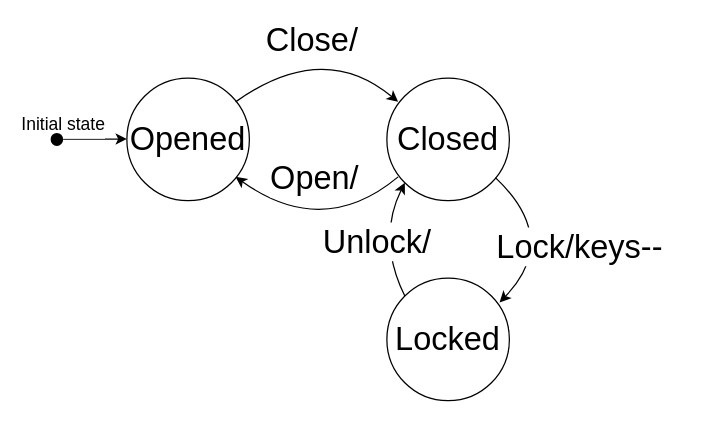
Above: Door_state_machine.drawio in PashaJ23/sandbox-area (draw.io), before the change. Source tidied: cells renumbered, new cells numbered last; positions are measured from the earlier drawing's top-left corner, leaving out a move shared by most shapes. Both pictures are drawn from the tidied source at 125%, with x=0, y=0 at pixel (51, 39).
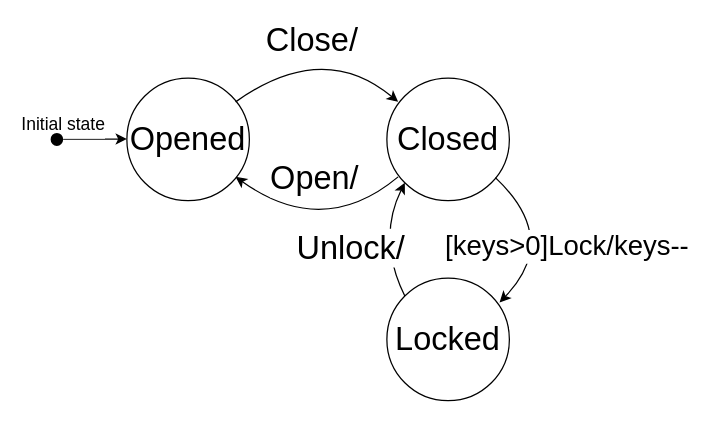
The same page after the edit.

The change refers to these unchanged cells:
```xml
<mxCell id="6" style="endArrow=classic;html=1;entryX=0;entryY=1;entryDx=0;entryDy=0;curved=1;exitX=0;exitY=0;exitDx=0;exitDy=0;" parent="1" edge="1" source="14" target="13">
  <mxGeometry relative="1" as="geometry">
    <Array as="points">
      <mxPoint x="260" y="160" />
    </Array>
  </mxGeometry>
</mxCell>
<mxCell id="8" style="endArrow=classic;html=1;exitX=0.886;exitY=0.812;exitDx=0;exitDy=0;entryX=0.92;entryY=0.198;entryDx=0;entryDy=0;curved=1;entryPerimeter=0;exitPerimeter=0;" parent="1" edge="1" source="13" target="14">
  <mxGeometry relative="1" as="geometry">
    <Array as="points">
      <mxPoint x="407" y="160" />
    </Array>
  </mxGeometry>
</mxCell>
```

What changed in the source:
```diff
@@
     <mxCell id="7" value="&lt;font style=&quot;font-size: 26px&quot;&gt;Unlock/&lt;/font&gt;" style="edgeLabel;html=1;align=center;verticalAlign=middle;" parent="6" vertex="1">
       <mxGeometry x="-0.13" y="-9" relative="1" as="geometry">
-        <mxPoint x="-11.9" as="offset" />
+        <mxPoint x="-32" y="4.1" as="offset" />
       </mxGeometry>
     </mxCell>
@@
-    <mxCell id="9" value="&lt;font style=&quot;font-size: 26px&quot;&gt;Lock/keys--&lt;/font&gt;" style="edgeLabel;html=1;align=center;verticalAlign=middle;" parent="8" vertex="1">
+    <mxCell id="9" value="&lt;font style=&quot;font-size: 22px&quot;&gt;[keys&amp;gt;0]Lock/keys--&lt;/font&gt;" style="edgeLabel;html=1;align=center;verticalAlign=middle;" parent="8" vertex="1">
       <mxGeometry x="-0.16" y="-23" relative="1" as="geometry">
-        <mxPoint x="39.4" y="-3.3" as="offset" />
+        <mxPoint x="29.4" y="-3.3" as="offset" />
       </mxGeometry>
     </mxCell>
```
